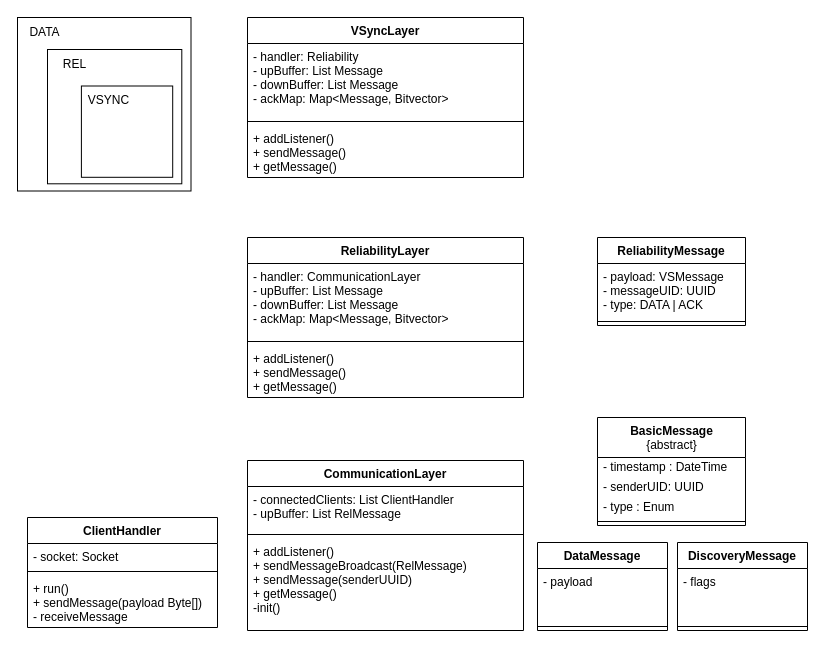
Above: doc/model.drawio in PolCeru/DS-RMPI (draw.io), before the change. Source tidied: cells renumbered, new cells numbered last; positions are measured from the earlier drawing's top-left corner, leaving out a move shared by most shapes. Both pictures are drawn from the tidied source at 100%, with x=0, y=0 at pixel (17, 17).
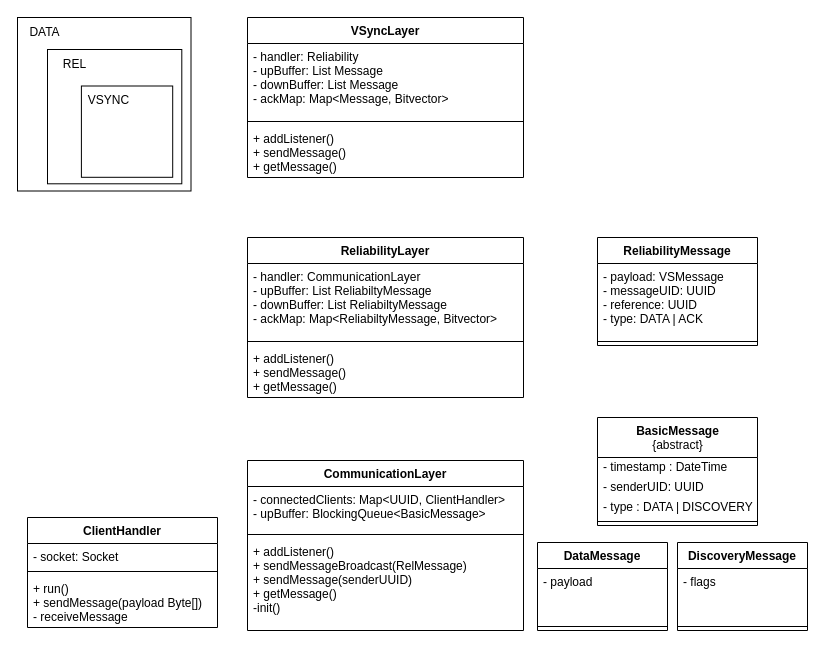
The same page after the edit.

Commit message (it also covers changes not shown here):
update Pom and little modifications on UML

The change refers to these unchanged cells:
```xml
<mxCell id="2" value="CommunicationLayer" style="swimlane;fontStyle=1;align=center;verticalAlign=top;horizontal=1;startSize=26;" parent="1" vertex="1">
  <mxGeometry x="230" y="443" width="276" height="170" as="geometry" />
</mxCell>
<mxCell id="9" value="ReliabilityLayer" style="swimlane;fontStyle=1;align=center;verticalAlign=top;horizontal=1;startSize=26;" parent="1" vertex="1">
  <mxGeometry x="230" y="220" width="276" height="160" as="geometry" />
</mxCell>
```

What changed in the source:
```diff
@@
-    <mxCell id="3" value="- connectedClients: List ClientHandler&#10;- upBuffer: List RelMessage" style="text;strokeColor=none;fillColor=none;align=left;verticalAlign=top;spacingLeft=4;spacingRight=4;overflow=hidden;" parent="2" vertex="1">
+    <mxCell id="3" value="- connectedClients: Map&lt;UUID, ClientHandler&gt;&#10;- upBuffer: BlockingQueue&lt;BasicMessage&gt;&#10;" style="text;strokeColor=none;fillColor=none;align=left;verticalAlign=top;spacingLeft=4;spacingRight=4;overflow=hidden;" parent="2" vertex="1">
       <mxGeometry y="26" width="276" height="44" as="geometry" />
     </mxCell>
@@
-    <mxCell id="10" value="- handler: CommunicationLayer&#10;- upBuffer: List Message&#10;- downBuffer: List Message&#10;- ackMap: Map&lt;Message, Bitvector&gt;" style="text;strokeColor=none;fillColor=none;align=left;verticalAlign=top;spacingLeft=4;spacingRight=4;overflow=hidden;" parent="9" vertex="1">
+    <mxCell id="10" value="- handler: CommunicationLayer&#10;- upBuffer: List ReliabiltyMessage&#10;- downBuffer: List ReliabiltyMessage&#10;- ackMap: Map&lt;ReliabiltyMessage, Bitvector&gt;" style="text;strokeColor=none;fillColor=none;align=left;verticalAlign=top;spacingLeft=4;spacingRight=4;overflow=hidden;" parent="9" vertex="1">
       <mxGeometry y="26" width="276" height="74" as="geometry" />
     </mxCell>
@@
     <mxCell id="13" value="ReliabilityMessage" style="swimlane;fontStyle=1;align=center;verticalAlign=top;horizontal=1;startSize=26;" parent="1" vertex="1">
-      <mxGeometry x="580" y="220" width="148" height="88" as="geometry" />
+      <mxGeometry x="580" y="220" width="160" height="108" as="geometry" />
     </mxCell>
-    <mxCell id="14" value="- payload: VSMessage&#10;- messageUID: UUID&#10;- type: DATA | ACK" style="text;strokeColor=none;fillColor=none;align=left;verticalAlign=top;spacingLeft=4;spacingRight=4;overflow=hidden;" parent="13" vertex="1">
-      <mxGeometry y="26" width="148" height="54" as="geometry" />
+    <mxCell id="14" value="- payload: VSMessage&#10;- messageUID: UUID&#10;- reference: UUID&#10;- type: DATA | ACK" style="text;strokeColor=none;fillColor=none;align=left;verticalAlign=top;spacingLeft=4;spacingRight=4;overflow=hidden;" parent="13" vertex="1">
+      <mxGeometry y="26" width="160" height="74" as="geometry" />
     </mxCell>
     <mxCell id="15" style="line;strokeWidth=1;fillColor=none;align=left;verticalAlign=middle;spacingTop=-1;spacingLeft=3;spacingRight=3;labelPosition=right;strokeColor=inherit;" parent="13" vertex="1">
-      <mxGeometry y="80" width="148" height="8" as="geometry" />
+      <mxGeometry y="100" width="160" height="8" as="geometry" />
     </mxCell>
@@
     <mxCell id="23" value="&lt;b&gt;BasicMessage&lt;/b&gt;&lt;br&gt;{abstract}" style="swimlane;fontStyle=0;align=center;verticalAlign=top;horizontal=1;startSize=40;html=1;" parent="1" vertex="1">
-      <mxGeometry x="580" y="400" width="148" height="108" as="geometry" />
+      <mxGeometry x="580" y="400" width="160" height="108" as="geometry" />
     </mxCell>
     <mxCell id="24" value="- timestamp : DateTime" style="text;html=1;strokeColor=none;fillColor=none;align=left;verticalAlign=middle;spacingLeft=4;spacingRight=4;overflow=hidden;" parent="23" vertex="1">
-      <mxGeometry y="40" width="148" height="20" as="geometry" />
+      <mxGeometry y="40" width="160" height="20" as="geometry" />
     </mxCell>
     <mxCell id="25" value="- senderUID: UUID" style="text;html=1;strokeColor=none;fillColor=none;align=left;verticalAlign=middle;spacingLeft=4;spacingRight=4;overflow=hidden;" parent="23" vertex="1">
-      <mxGeometry y="60" width="148" height="20" as="geometry" />
+      <mxGeometry y="60" width="160" height="20" as="geometry" />
     </mxCell>
-    <mxCell id="26" value="- type : Enum" style="text;html=1;strokeColor=none;fillColor=none;align=left;verticalAlign=middle;spacingLeft=4;spacingRight=4;overflow=hidden;" parent="23" vertex="1">
-      <mxGeometry y="80" width="148" height="20" as="geometry" />
+    <mxCell id="26" value="- type : DATA | DISCOVERY" style="text;html=1;strokeColor=none;fillColor=none;align=left;verticalAlign=middle;spacingLeft=4;spacingRight=4;overflow=hidden;" parent="23" vertex="1">
+      <mxGeometry y="80" width="160" height="20" as="geometry" />
     </mxCell>
     <mxCell id="27" style="line;strokeWidth=1;fillColor=none;align=left;verticalAlign=middle;spacingTop=-1;spacingLeft=3;spacingRight=3;labelPosition=right;" parent="23" vertex="1">
-      <mxGeometry y="100" width="148" height="8" as="geometry" />
+      <mxGeometry y="100" width="160" height="8" as="geometry" />
     </mxCell>
```
